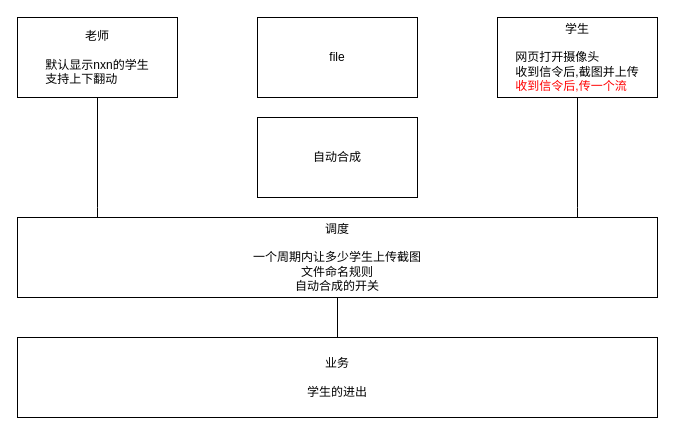
Before: page "老师看所有学生" (6 of 6) of graph/现有需求剖析.drawio in 63isOK/conference_graph, a draw.io diagram. Source tidied: cells renumbered, new cells numbered last; positions are measured from the earlier drawing's top-left corner, leaving out a move shared by most shapes. Both pictures are drawn from the tidied source at 100%, with x=0, y=0 at pixel (17, 17).
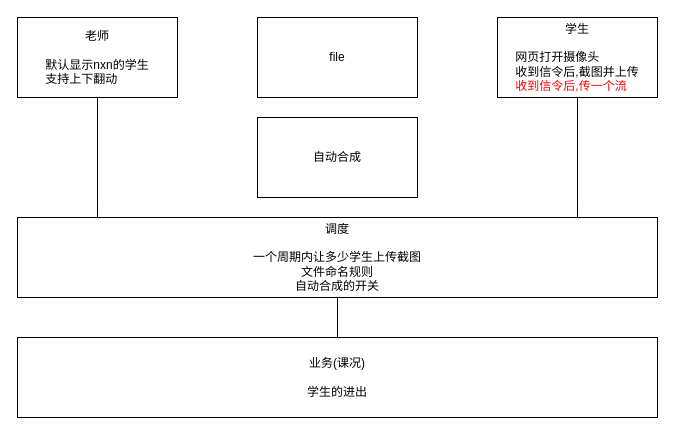
After the change.

Commit message (it also covers changes not shown here):
feat(gdamore/tcell): 核心元素分析

- 介绍了屏幕和画布的关系
- 也介绍了tcell底层做的很多工作(终端适配/各种字符支持)

Diff of the diagram source:
```diff
@@
 <mxGraphModel>
   <root>
     <mxCell id="0" />
     <mxCell id="1" parent="0" />
     <mxCell id="2" style="edgeStyle=orthogonalEdgeStyle;rounded=0;jettySize=auto;html=1;endArrow=none;endFill=0;strokeWidth=1;" parent="1" edge="1" source="3" target="7">
       <mxGeometry relative="1" as="geometry">
         <Array as="points">
           <mxPoint x="80" y="190" />
           <mxPoint x="80" y="190" />
         </Array>
       </mxGeometry>
     </mxCell>
     <mxCell id="3" value="老师&lt;br&gt;&lt;br&gt;&lt;div style=&quot;text-align: left&quot;&gt;&lt;span&gt;默认显示nxn的学生&lt;/span&gt;&lt;/div&gt;&lt;div style=&quot;text-align: left&quot;&gt;&lt;span&gt;支持上下翻动&lt;/span&gt;&lt;/div&gt;" style="rounded=0;whiteSpace=wrap;html=1;fillColor=#ffffff;" parent="1" vertex="1">
       <mxGeometry width="160" height="80" as="geometry" />
     </mxCell>
     <mxCell id="4" style="edgeStyle=orthogonalEdgeStyle;rounded=0;jettySize=auto;html=1;endArrow=none;endFill=0;strokeWidth=1;" parent="1" edge="1" source="5" target="7">
       <mxGeometry relative="1" as="geometry">
         <Array as="points">
           <mxPoint x="560" y="190" />
           <mxPoint x="560" y="190" />
         </Array>
       </mxGeometry>
     </mxCell>
     <mxCell id="5" value="学生&lt;br&gt;&lt;br&gt;&lt;div style=&quot;text-align: left&quot;&gt;&lt;span&gt;网页打开摄像头&lt;/span&gt;&lt;/div&gt;&lt;div style=&quot;text-align: left&quot;&gt;&lt;span&gt;收到信令后,截图并上传&lt;/span&gt;&lt;/div&gt;&lt;div style=&quot;text-align: left&quot;&gt;&lt;span&gt;&lt;font color=&quot;#ff0000&quot;&gt;收到信令后,传一个流&lt;/font&gt;&lt;/span&gt;&lt;/div&gt;" style="rounded=0;whiteSpace=wrap;html=1;fillColor=#ffffff;" parent="1" vertex="1">
       <mxGeometry x="480" width="160" height="80" as="geometry" />
     </mxCell>
     <mxCell id="6" style="edgeStyle=orthogonalEdgeStyle;rounded=0;jettySize=auto;html=1;endArrow=none;endFill=0;strokeWidth=1;" parent="1" edge="1" source="7" target="8">
       <mxGeometry relative="1" as="geometry" />
     </mxCell>
     <mxCell id="7" value="调度&lt;br&gt;&lt;br&gt;一个周期内让多少学生上传截图&lt;br&gt;文件命名规则&lt;br&gt;自动合成的开关" style="rounded=0;whiteSpace=wrap;html=1;fillColor=#ffffff;" parent="1" vertex="1">
       <mxGeometry y="200" width="640" height="80" as="geometry" />
     </mxCell>
-    <mxCell id="8" value="业务&lt;br&gt;&lt;br&gt;学生的进出" style="rounded=0;whiteSpace=wrap;html=1;fillColor=#ffffff;" parent="1" vertex="1">
+    <mxCell id="8" value="业务(课况)&lt;br&gt;&lt;br&gt;学生的进出" style="rounded=0;whiteSpace=wrap;html=1;fillColor=#ffffff;" parent="1" vertex="1">
       <mxGeometry y="320" width="640" height="80" as="geometry" />
     </mxCell>
     <mxCell id="9" value="file" style="rounded=0;whiteSpace=wrap;html=1;fillColor=#ffffff;" parent="1" vertex="1">
       <mxGeometry x="240" width="160" height="80" as="geometry" />
     </mxCell>
     <mxCell id="10" value="自动合成" style="rounded=0;whiteSpace=wrap;html=1;fillColor=#ffffff;" parent="1" vertex="1">
       <mxGeometry x="240" y="100" width="160" height="80" as="geometry" />
     </mxCell>
   </root>
 </mxGraphModel>
```
